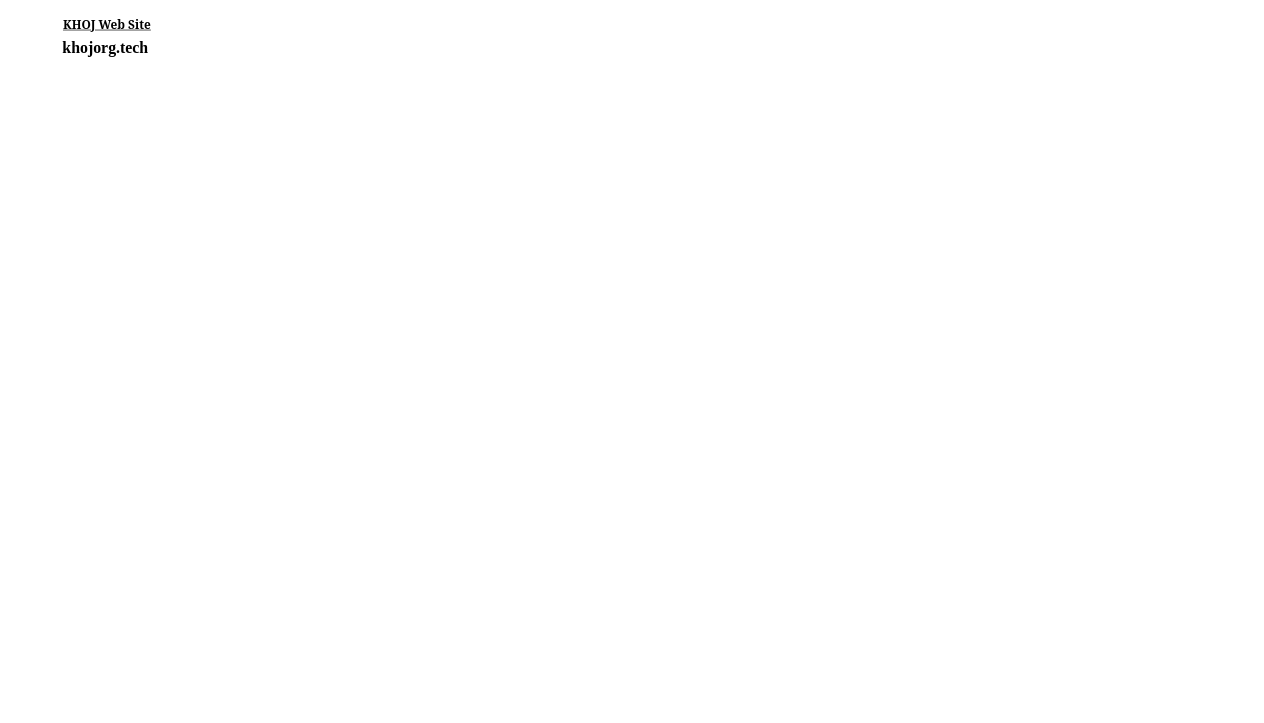
This is KHOJ.drawio from muhammadsaqueb/Programming-Assignment-2, a draw.io file, before an edit. Source tidied: cells renumbered, new cells numbered last; positions are measured from the earlier drawing's top-left corner, leaving out a move shared by most shapes. Both pictures are drawn from the tidied source at 66%, with x=0, y=0 at pixel (11, 11).
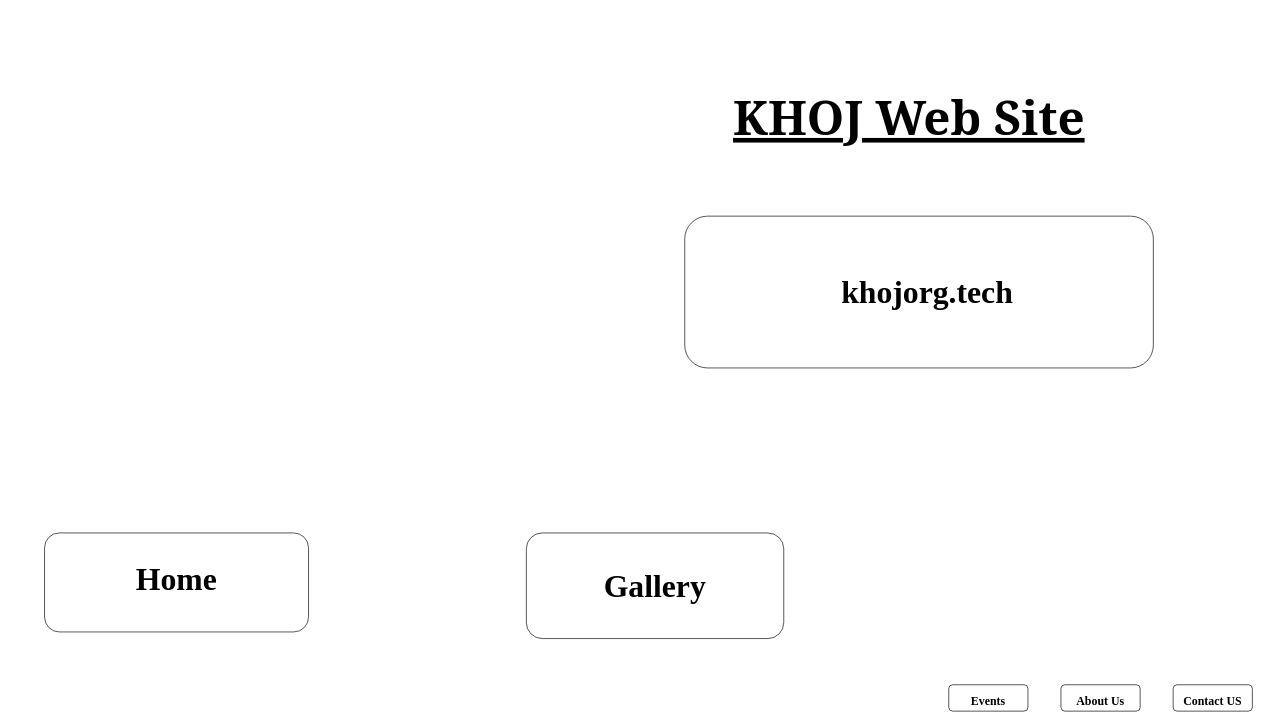
The same diagram, later.

Change to the diagram source:
```diff
@@
 <mxGraphModel>
   <root>
     <mxCell id="0" />
     <mxCell id="1" parent="0" />
+    <mxCell id="4" style="rounded=1;whiteSpace=wrap;html=1;" parent="1" vertex="1">
+      <mxGeometry x="780" y="790" width="390" height="160" as="geometry" />
+    </mxCell>
-    <mxCell id="2" value="&lt;font face=&quot;Georgia&quot; style=&quot;font-size: 18px;&quot;&gt;&lt;b&gt;&lt;u&gt;KHOJ Web Site&lt;/u&gt;&lt;/b&gt;&lt;/font&gt;" style="text;html=1;strokeColor=none;fillColor=none;align=center;verticalAlign=middle;whiteSpace=wrap;rounded=0;" parent="1" vertex="1">
-      <mxGeometry width="290" height="40" as="geometry" />
+    <mxCell id="2" value="&lt;font face=&quot;Georgia&quot; style=&quot;font-size: 72px;&quot;&gt;&lt;b style=&quot;&quot;&gt;&lt;u style=&quot;&quot;&gt;KHOJ Web Site&lt;/u&gt;&lt;/b&gt;&lt;/font&gt;" style="text;html=1;strokeColor=none;fillColor=none;align=center;verticalAlign=middle;whiteSpace=wrap;rounded=0;" parent="1" vertex="1">
+      <mxGeometry x="870" y="50" width="980" height="220" as="geometry" />
     </mxCell>
+    <mxCell id="5" style="rounded=1;whiteSpace=wrap;html=1;" parent="1" vertex="1">
+      <mxGeometry x="1020" y="310" width="710" height="230" as="geometry" />
+    </mxCell>
-    <mxCell id="3" value="&lt;h3&gt;&lt;b&gt;&lt;font face=&quot;Garamond&quot; style=&quot;font-size: 24px;&quot;&gt;khojorg.tech&lt;/font&gt;&lt;/b&gt;&lt;/h3&gt;" style="text;html=1;strokeColor=none;fillColor=none;align=center;verticalAlign=middle;whiteSpace=wrap;rounded=0;" parent="1" vertex="1">
-      <mxGeometry x="70" y="40" width="145" height="30" as="geometry" />
+    <mxCell id="3" value="&lt;h3&gt;&lt;font face=&quot;Garamond&quot; style=&quot;font-size: 48px;&quot;&gt;khojorg.tech&lt;/font&gt;&lt;/h3&gt;" style="text;html=1;strokeColor=none;fillColor=none;align=center;verticalAlign=middle;whiteSpace=wrap;rounded=0;" parent="1" vertex="1">
+      <mxGeometry x="1230" y="350" width="315" height="150" as="geometry" />
     </mxCell>
+    <mxCell id="6" style="rounded=1;whiteSpace=wrap;html=1;" parent="1" vertex="1">
+      <mxGeometry x="50" y="790" width="400" height="150" as="geometry" />
+    </mxCell>
+    <mxCell id="7" style="rounded=1;whiteSpace=wrap;html=1;" parent="1" vertex="1">
+      <mxGeometry x="1420" y="1020" width="120" height="40" as="geometry" />
+    </mxCell>
+    <mxCell id="8" style="rounded=1;whiteSpace=wrap;html=1;" parent="1" vertex="1">
+      <mxGeometry x="1590" y="1020" width="120" height="40" as="geometry" />
+    </mxCell>
+    <mxCell id="9" style="rounded=1;whiteSpace=wrap;html=1;" parent="1" vertex="1">
+      <mxGeometry x="1760" y="1020" width="120" height="40" as="geometry" />
+    </mxCell>
+    <mxCell id="10" value="&lt;font style=&quot;font-size: 48px;&quot; face=&quot;Garamond&quot;&gt;&lt;b style=&quot;&quot;&gt;Home&lt;/b&gt;&lt;/font&gt;" style="text;html=1;strokeColor=none;fillColor=none;align=center;verticalAlign=middle;whiteSpace=wrap;rounded=0;fontSize=11;fontFamily=Helvetica;fontColor=default;" parent="1" vertex="1">
+      <mxGeometry x="50" y="750" width="400" height="220" as="geometry" />
+    </mxCell>
+    <mxCell id="11" value="&lt;font style=&quot;font-size: 48px;&quot; face=&quot;Garamond&quot;&gt;&lt;b style=&quot;&quot;&gt;Gallery&lt;/b&gt;&lt;/font&gt;" style="text;html=1;strokeColor=none;fillColor=none;align=center;verticalAlign=middle;whiteSpace=wrap;rounded=0;fontSize=11;fontFamily=Helvetica;fontColor=default;" parent="1" vertex="1">
+      <mxGeometry x="780" y="790" width="390" height="160" as="geometry" />
+    </mxCell>
+    <mxCell id="12" value="&lt;font face=&quot;Garamond&quot; style=&quot;font-size: 18px;&quot;&gt;&lt;b&gt;Events&lt;/b&gt;&lt;/font&gt;" style="text;html=1;strokeColor=none;fillColor=none;align=center;verticalAlign=middle;whiteSpace=wrap;rounded=0;fontSize=11;fontFamily=Helvetica;fontColor=default;" parent="1" vertex="1">
+      <mxGeometry x="1450" y="1030" width="60" height="30" as="geometry" />
+    </mxCell>
+    <mxCell id="13" value="&lt;font face=&quot;Garamond&quot; style=&quot;font-size: 18px;&quot;&gt;&lt;b&gt;About Us&lt;/b&gt;&lt;/font&gt;" style="text;html=1;strokeColor=none;fillColor=none;align=center;verticalAlign=middle;whiteSpace=wrap;rounded=0;fontSize=11;fontFamily=Helvetica;fontColor=default;" parent="1" vertex="1">
+      <mxGeometry x="1610" y="1030" width="80" height="30" as="geometry" />
+    </mxCell>
+    <mxCell id="14" value="&lt;font face=&quot;Garamond&quot; style=&quot;font-size: 18px;&quot;&gt;&lt;b&gt;Contact US&lt;/b&gt;&lt;/font&gt;" style="text;html=1;strokeColor=none;fillColor=none;align=center;verticalAlign=middle;whiteSpace=wrap;rounded=0;fontSize=11;fontFamily=Helvetica;fontColor=default;" parent="1" vertex="1">
+      <mxGeometry x="1770" y="1030" width="100" height="30" as="geometry" />
+    </mxCell>
   </root>
 </mxGraphModel>
```
